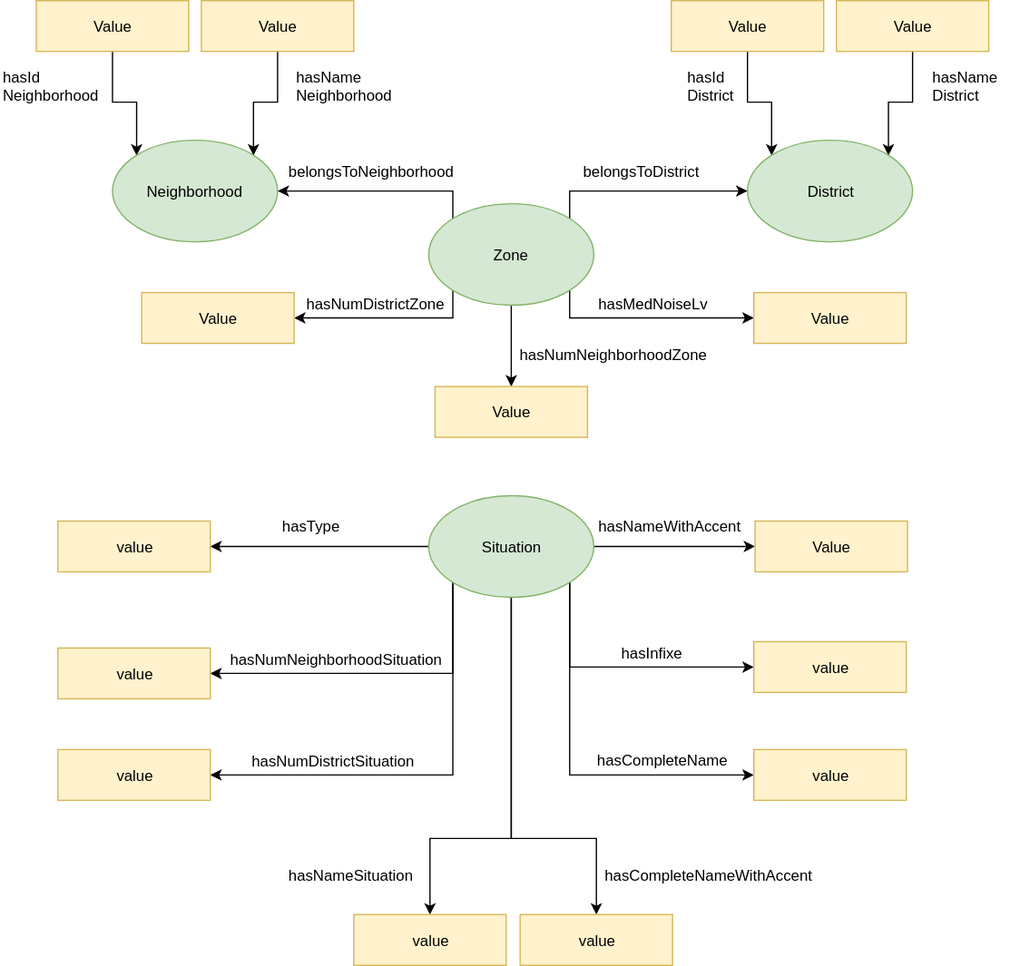
Before: HandsOn/Group10/ontology/Ontology _Diagram.svg, a diagram exported from draw.io (FacultadInformatica-LinkedData/Curso2017-2018). Source tidied: cells renumbered, new cells last; positions are measured from the earlier drawing's top-left corner, leaving out a move shared by most shapes.
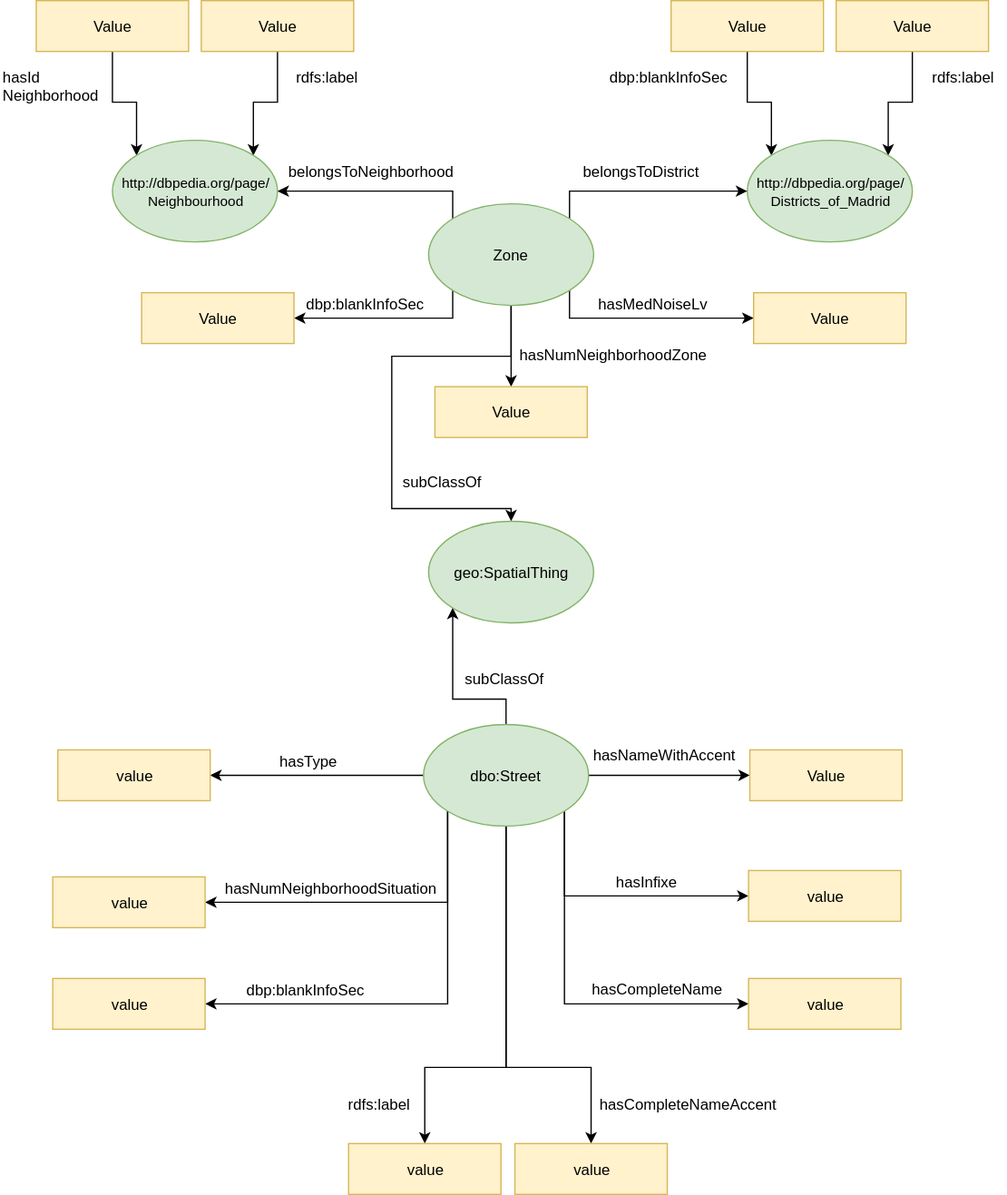
After the change.

Commit message:
Callejero_Madrid.xls updated removing cells distinct from "CALLE", ontology-updated with linked datam and rdf files updated too with linked data.

Diff of the diagram source:
```diff
@@ -46,23 +46,23 @@
     <mxCell id="9" value="Value" style="rounded=0;whiteSpace=wrap;html=1;fillColor=#fff2cc;strokeColor=#d6b656;" parent="1" vertex="1">
       <mxGeometry x="158" width="120" height="40" as="geometry" />
     </mxCell>
-    <mxCell id="10" value="Neighborhood" style="ellipse;whiteSpace=wrap;html=1;fillColor=#d5e8d4;strokeColor=#82b366;" parent="1" vertex="1">
+    <mxCell id="10" value="&lt;font style=&quot;font-size: 11px&quot;&gt;http://dbpedia.org/page/&lt;/font&gt;&lt;div&gt;&lt;font style=&quot;font-size: 11px&quot;&gt;Neighbourhood&lt;/font&gt;&lt;/div&gt;" style="ellipse;whiteSpace=wrap;html=1;fillColor=#d5e8d4;strokeColor=#82b366;" parent="1" vertex="1">
       <mxGeometry x="88" y="110" width="130" height="80" as="geometry" />
     </mxCell>
-    <mxCell id="11" value="District" style="ellipse;whiteSpace=wrap;html=1;fillColor=#d5e8d4;strokeColor=#82b366;" parent="1" vertex="1">
+    <mxCell id="11" value="&lt;font style=&quot;font-size: 11px&quot;&gt;http://dbpedia.org/page/&lt;/font&gt;&lt;div&gt;&lt;font style=&quot;font-size: 11px&quot;&gt;Districts_of_Madrid&lt;/font&gt;&lt;/div&gt;" style="ellipse;whiteSpace=wrap;html=1;fillColor=#d5e8d4;strokeColor=#82b366;" parent="1" vertex="1">
       <mxGeometry x="588" y="110" width="130" height="80" as="geometry" />
     </mxCell>
-    <mxCell id="12" value="hasName&lt;div&gt;Neighborhood&lt;/div&gt;" style="text;html=1;align=left;verticalAlign=top;spacingTop=-4;" parent="1" vertex="1">
-      <mxGeometry x="231" y="51" width="90" height="30" as="geometry" />
+    <mxCell id="12" value="rdfs:label" style="text;html=1;align=left;verticalAlign=top;spacingTop=-4;" parent="1" vertex="1">
+      <mxGeometry x="231" y="51" width="60" height="20" as="geometry" />
     </mxCell>
     <mxCell id="13" value="hasId&lt;div&gt;Neighborhood&lt;/div&gt;" style="text;html=1;align=left;verticalAlign=top;spacingTop=-4;" parent="1" vertex="1">
       <mxGeometry y="51" width="90" height="30" as="geometry" />
     </mxCell>
-    <mxCell id="14" value="hasId&lt;div&gt;District&lt;/div&gt;" style="text;html=1;align=left;verticalAlign=top;spacingTop=-4;" parent="1" vertex="1">
-      <mxGeometry x="539" y="51" width="50" height="30" as="geometry" />
+    <mxCell id="14" value="dbp:blankInfoSec&lt;br&gt;" style="text;html=1;align=left;verticalAlign=top;spacingTop=-4;" parent="1" vertex="1">
+      <mxGeometry x="478" y="51" width="110" height="20" as="geometry" />
     </mxCell>
-    <mxCell id="15" value="hasName&lt;div&gt;District&lt;/div&gt;" style="text;html=1;align=left;verticalAlign=top;spacingTop=-4;" parent="1" vertex="1">
-      <mxGeometry x="732" y="51" width="70" height="30" as="geometry" />
+    <mxCell id="15" value="rdfs:label" style="text;html=1;align=left;verticalAlign=top;spacingTop=-4;" parent="1" vertex="1">
+      <mxGeometry x="732" y="51" width="60" height="20" as="geometry" />
     </mxCell>
     <mxCell id="16" style="edgeStyle=orthogonalEdgeStyle;rounded=0;html=1;exitX=0;exitY=0;entryX=1;entryY=0.5;jettySize=auto;" parent="1" edge="1" source="21" target="10">
       <mxGeometry relative="1" as="geometry">
@@ -95,6 +95,16 @@
     <mxCell id="20" style="edgeStyle=orthogonalEdgeStyle;rounded=0;html=1;exitX=0.5;exitY=1;entryX=0.5;entryY=0;jettySize=auto;" parent="1" edge="1" source="21" target="41">
       <mxGeometry relative="1" as="geometry" />
     </mxCell>
+    <mxCell id="55" style="edgeStyle=orthogonalEdgeStyle;rounded=0;html=1;exitX=0.5;exitY=1;entryX=0.5;entryY=0;jettySize=auto;" parent="1" edge="1" source="21" target="57">
+      <mxGeometry relative="1" as="geometry">
+        <Array as="points">
+          <mxPoint x="402" y="280" />
+          <mxPoint x="308" y="280" />
+          <mxPoint x="308" y="400" />
+          <mxPoint x="402" y="400" />
+        </Array>
+      </mxGeometry>
+    </mxCell>
     <mxCell id="21" value="Zone" style="ellipse;whiteSpace=wrap;html=1;fillColor=#d5e8d4;strokeColor=#82b366;" parent="1" vertex="1">
       <mxGeometry x="337" y="160" width="130" height="80" as="geometry" />
     </mxCell>
@@ -107,79 +117,84 @@
     <mxCell id="24" style="edgeStyle=orthogonalEdgeStyle;rounded=0;html=1;exitX=1;exitY=0.5;entryX=0;entryY=0.5;jettySize=auto;" parent="1" edge="1" source="32" target="34">
       <mxGeometry relative="1" as="geometry" />
     </mxCell>
-    <mxCell id="25" style="edgeStyle=orthogonalEdgeStyle;rounded=0;html=1;exitX=0;exitY=0.5;entryX=1;entryY=0.5;jettySize=auto;" parent="1" edge="1" source="32" target="37">
-      <mxGeometry relative="1" as="geometry" />
-    </mxCell>
     <mxCell id="26" style="edgeStyle=orthogonalEdgeStyle;rounded=0;html=1;exitX=0;exitY=1;entryX=1;entryY=0.5;jettySize=auto;" parent="1" edge="1" source="32" target="46">
       <mxGeometry relative="1" as="geometry">
         <Array as="points">
-          <mxPoint x="356" y="530" />
+          <mxPoint x="352" y="710" />
         </Array>
       </mxGeometry>
     </mxCell>
     <mxCell id="27" style="edgeStyle=orthogonalEdgeStyle;rounded=0;html=1;exitX=0;exitY=1;entryX=1;entryY=0.5;jettySize=auto;" parent="1" edge="1" source="32" target="48">
       <mxGeometry relative="1" as="geometry">
         <Array as="points">
-          <mxPoint x="356" y="610" />
+          <mxPoint x="352" y="790" />
         </Array>
       </mxGeometry>
     </mxCell>
     <mxCell id="28" style="edgeStyle=orthogonalEdgeStyle;rounded=0;html=1;exitX=0.5;exitY=1;jettySize=auto;" parent="1" edge="1" source="32" target="36">
       <mxGeometry relative="1" as="geometry">
         <Array as="points">
-          <mxPoint x="402" y="660" />
-          <mxPoint x="338" y="660" />
+          <mxPoint x="398" y="840" />
+          <mxPoint x="334" y="840" />
         </Array>
       </mxGeometry>
     </mxCell>
     <mxCell id="29" style="edgeStyle=orthogonalEdgeStyle;rounded=0;html=1;exitX=1;exitY=1;entryX=0;entryY=0.5;jettySize=auto;" parent="1" edge="1" source="32" target="35">
       <mxGeometry relative="1" as="geometry">
         <Array as="points">
-          <mxPoint x="448" y="525" />
+          <mxPoint x="444" y="705" />
         </Array>
       </mxGeometry>
     </mxCell>
     <mxCell id="30" style="edgeStyle=orthogonalEdgeStyle;rounded=0;html=1;exitX=1;exitY=1;entryX=0;entryY=0.5;jettySize=auto;" parent="1" edge="1" source="32" target="51">
       <mxGeometry relative="1" as="geometry">
         <Array as="points">
-          <mxPoint x="448" y="610" />
+          <mxPoint x="444" y="790" />
         </Array>
       </mxGeometry>
     </mxCell>
     <mxCell id="31" style="edgeStyle=orthogonalEdgeStyle;rounded=0;html=1;exitX=0.5;exitY=1;entryX=0.5;entryY=0;jettySize=auto;" parent="1" edge="1" source="32" target="53">
       <mxGeometry relative="1" as="geometry">
         <Array as="points">
-          <mxPoint x="402" y="660" />
-          <mxPoint x="469" y="660" />
+          <mxPoint x="398" y="840" />
+          <mxPoint x="465" y="840" />
         </Array>
       </mxGeometry>
     </mxCell>
+    <mxCell id="56" style="edgeStyle=orthogonalEdgeStyle;rounded=0;html=1;exitX=0.5;exitY=0;entryX=0;entryY=1;jettySize=auto;" parent="1" edge="1" source="32" target="57">
+      <mxGeometry relative="1" as="geometry">
+        <Array as="points">
+          <mxPoint x="398" y="550" />
+          <mxPoint x="356" y="550" />
+        </Array>
+      </mxGeometry>
+    </mxCell>
+    <mxCell id="25" style="edgeStyle=orthogonalEdgeStyle;rounded=0;html=1;exitX=0;exitY=0.5;entryX=1;entryY=0.5;jettySize=auto;" parent="1" edge="1" source="32" target="37">
+      <mxGeometry relative="1" as="geometry" />
+    </mxCell>
-    <mxCell id="32" value="Situation" style="ellipse;whiteSpace=wrap;html=1;fillColor=#d5e8d4;strokeColor=#82b366;" parent="1" vertex="1">
-      <mxGeometry x="337" y="390" width="130" height="80" as="geometry" />
+    <mxCell id="32" value="dbo:Street" style="ellipse;whiteSpace=wrap;html=1;fillColor=#d5e8d4;strokeColor=#82b366;" parent="1" vertex="1">
+      <mxGeometry x="333" y="570" width="130" height="80" as="geometry" />
     </mxCell>
     <mxCell id="33" value="Value" style="rounded=0;whiteSpace=wrap;html=1;fillColor=#fff2cc;strokeColor=#d6b656;" parent="1" vertex="1">
       <mxGeometry x="593" y="230" width="120" height="40" as="geometry" />
     </mxCell>
     <mxCell id="34" value="Value" style="rounded=0;whiteSpace=wrap;html=1;fillColor=#fff2cc;strokeColor=#d6b656;" parent="1" vertex="1">
-      <mxGeometry x="594" y="410" width="120" height="40" as="geometry" />
+      <mxGeometry x="590" y="590" width="120" height="40" as="geometry" />
     </mxCell>
     <mxCell id="35" value="value" style="rounded=0;whiteSpace=wrap;html=1;fillColor=#fff2cc;strokeColor=#d6b656;" parent="1" vertex="1">
-      <mxGeometry x="593" y="505" width="120" height="40" as="geometry" />
+      <mxGeometry x="589" y="685" width="120" height="40" as="geometry" />
     </mxCell>
     <mxCell id="36" value="value" style="rounded=0;whiteSpace=wrap;html=1;fillColor=#fff2cc;strokeColor=#d6b656;" parent="1" vertex="1">
-      <mxGeometry x="278" y="720" width="120" height="40" as="geometry" />
+      <mxGeometry x="274" y="900" width="120" height="40" as="geometry" />
     </mxCell>
-    <mxCell id="37" value="value" style="rounded=0;whiteSpace=wrap;html=1;fillColor=#fff2cc;strokeColor=#d6b656;" parent="1" vertex="1">
-      <mxGeometry x="45" y="410" width="120" height="40" as="geometry" />
-    </mxCell>
     <mxCell id="38" value="hasMedNoiseLv" style="text;html=1;align=left;verticalAlign=top;spacingTop=-4;" parent="1" vertex="1">
       <mxGeometry x="469" y="230" width="100" height="20" as="geometry" />
     </mxCell>
     <mxCell id="39" value="Value" style="rounded=0;whiteSpace=wrap;html=1;fillColor=#fff2cc;strokeColor=#d6b656;" parent="1" vertex="1">
       <mxGeometry x="111" y="230" width="120" height="40" as="geometry" />
     </mxCell>
-    <mxCell id="40" value="hasNumDistrictZone" style="text;html=1;align=left;verticalAlign=top;spacingTop=-4;" parent="1" vertex="1">
-      <mxGeometry x="239" y="230" width="120" height="20" as="geometry" />
+    <mxCell id="40" value="dbp:blankInfoSec" style="text;html=1;align=left;verticalAlign=top;spacingTop=-4;" parent="1" vertex="1">
+      <mxGeometry x="239" y="230" width="110" height="20" as="geometry" />
     </mxCell>
     <mxCell id="41" value="Value" style="rounded=0;whiteSpace=wrap;html=1;fillColor=#fff2cc;strokeColor=#d6b656;" parent="1" vertex="1">
       <mxGeometry x="342" y="304" width="120" height="40" as="geometry" />
@@ -188,40 +203,52 @@
       <mxGeometry x="407" y="270" width="160" height="20" as="geometry" />
     </mxCell>
     <mxCell id="43" value="hasNameWith&lt;span&gt;Accent&lt;/span&gt;" style="text;html=1;align=left;verticalAlign=top;spacingTop=-4;" parent="1" vertex="1">
-      <mxGeometry x="469" y="405" width="130" height="20" as="geometry" />
+      <mxGeometry x="465" y="585" width="130" height="20" as="geometry" />
     </mxCell>
-    <mxCell id="44" value="hasType" style="text;html=1;align=left;verticalAlign=top;spacingTop=-4;" parent="1" vertex="1">
-      <mxGeometry x="220" y="405" width="60" height="20" as="geometry" />
-    </mxCell>
     <mxCell id="45" value="hasInfixe" style="text;html=1;align=left;verticalAlign=top;spacingTop=-4;" parent="1" vertex="1">
-      <mxGeometry x="487" y="505" width="60" height="20" as="geometry" />
+      <mxGeometry x="483" y="685" width="60" height="20" as="geometry" />
     </mxCell>
     <mxCell id="46" value="value" style="rounded=0;whiteSpace=wrap;html=1;fillColor=#fff2cc;strokeColor=#d6b656;" parent="1" vertex="1">
-      <mxGeometry x="45" y="510" width="120" height="40" as="geometry" />
+      <mxGeometry x="41" y="690" width="120" height="40" as="geometry" />
     </mxCell>
     <mxCell id="47" value="hasNumNeighborhoodSituation" style="text;html=1;align=left;verticalAlign=top;spacingTop=-4;" parent="1" vertex="1">
-      <mxGeometry x="179" y="510" width="180" height="20" as="geometry" />
+      <mxGeometry x="175" y="690" width="180" height="20" as="geometry" />
     </mxCell>
     <mxCell id="48" value="value" style="rounded=0;whiteSpace=wrap;html=1;fillColor=#fff2cc;strokeColor=#d6b656;" parent="1" vertex="1">
-      <mxGeometry x="45" y="590" width="120" height="40" as="geometry" />
+      <mxGeometry x="41" y="770" width="120" height="40" as="geometry" />
     </mxCell>
-    <mxCell id="49" value="hasNumDistrictSituation" style="text;html=1;align=left;verticalAlign=top;spacingTop=-4;" parent="1" vertex="1">
-      <mxGeometry x="196" y="590" width="140" height="20" as="geometry" />
+    <mxCell id="49" value="dbp:blankInfoSec" style="text;html=1;align=left;verticalAlign=top;spacingTop=-4;" parent="1" vertex="1">
+      <mxGeometry x="192" y="770" width="110" height="20" as="geometry" />
     </mxCell>
-    <mxCell id="50" value="hasNameSituation" style="text;html=1;align=left;verticalAlign=top;spacingTop=-4;" parent="1" vertex="1">
-      <mxGeometry x="225" y="680" width="110" height="20" as="geometry" />
+    <mxCell id="50" value="rdfs:label" style="text;html=1;align=left;verticalAlign=top;spacingTop=-4;" parent="1" vertex="1">
+      <mxGeometry x="272" y="860" width="60" height="20" as="geometry" />
     </mxCell>
     <mxCell id="51" value="value" style="rounded=0;whiteSpace=wrap;html=1;fillColor=#fff2cc;strokeColor=#d6b656;" parent="1" vertex="1">
-      <mxGeometry x="593" y="590" width="120" height="40" as="geometry" />
+      <mxGeometry x="589" y="770" width="120" height="40" as="geometry" />
     </mxCell>
     <mxCell id="52" value="hasCompleteName" style="text;html=1;align=left;verticalAlign=top;spacingTop=-4;" parent="1" vertex="1">
-      <mxGeometry x="468" y="589" width="120" height="20" as="geometry" />
+      <mxGeometry x="464" y="769" width="120" height="20" as="geometry" />
     </mxCell>
     <mxCell id="53" value="value" style="rounded=0;whiteSpace=wrap;html=1;fillColor=#fff2cc;strokeColor=#d6b656;" parent="1" vertex="1">
-      <mxGeometry x="409" y="720" width="120" height="40" as="geometry" />
+      <mxGeometry x="405" y="900" width="120" height="40" as="geometry" />
     </mxCell>
-    <mxCell id="54" value="hasCompleteNameWithAccent" style="text;html=1;align=left;verticalAlign=top;spacingTop=-4;" parent="1" vertex="1">
-      <mxGeometry x="474" y="680" width="180" height="20" as="geometry" />
+    <mxCell id="54" value="hasCompleteNameAccent" style="text;html=1;align=left;verticalAlign=top;spacingTop=-4;" parent="1" vertex="1">
+      <mxGeometry x="470" y="860" width="150" height="20" as="geometry" />
     </mxCell>
+    <mxCell id="57" value="geo:SpatialThing" style="ellipse;whiteSpace=wrap;html=1;fillColor=#d5e8d4;strokeColor=#82b366;" parent="1" vertex="1">
+      <mxGeometry x="337" y="410" width="130" height="80" as="geometry" />
+    </mxCell>
+    <mxCell id="58" value="subClassOf" style="text;html=1;align=left;verticalAlign=top;spacingTop=-4;" parent="1" vertex="1">
+      <mxGeometry x="364" y="525" width="80" height="20" as="geometry" />
+    </mxCell>
+    <mxCell id="59" value="subClassOf" style="text;html=1;align=left;verticalAlign=top;spacingTop=-4;" parent="1" vertex="1">
+      <mxGeometry x="315" y="370" width="80" height="20" as="geometry" />
+    </mxCell>
+    <mxCell id="37" value="value" style="rounded=0;whiteSpace=wrap;html=1;fillColor=#fff2cc;strokeColor=#d6b656;" parent="1" vertex="1">
+      <mxGeometry x="45" y="590" width="120" height="40" as="geometry" />
+    </mxCell>
+    <mxCell id="44" value="hasType" style="text;html=1;align=left;verticalAlign=top;spacingTop=-4;" parent="1" vertex="1">
+      <mxGeometry x="218" y="590" width="60" height="20" as="geometry" />
+    </mxCell>
   </root>
 </mxGraphModel>
```
